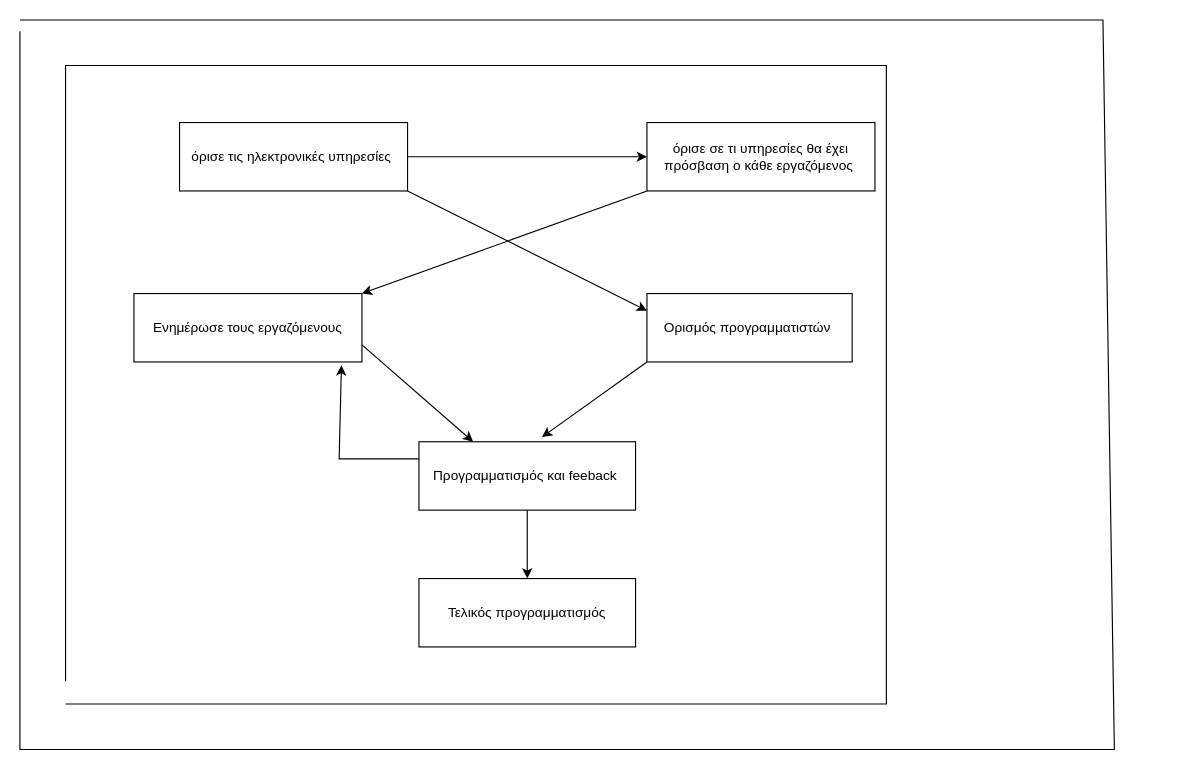
Above: noitiko.drawio in vag4me/Information_system (draw.io), before the change. Source tidied: cells renumbered, new cells numbered last; positions are measured from the earlier drawing's top-left corner, leaving out a move shared by most shapes. Both pictures are drawn from the tidied source at 114%, with x=0, y=0 at pixel (19, 19).
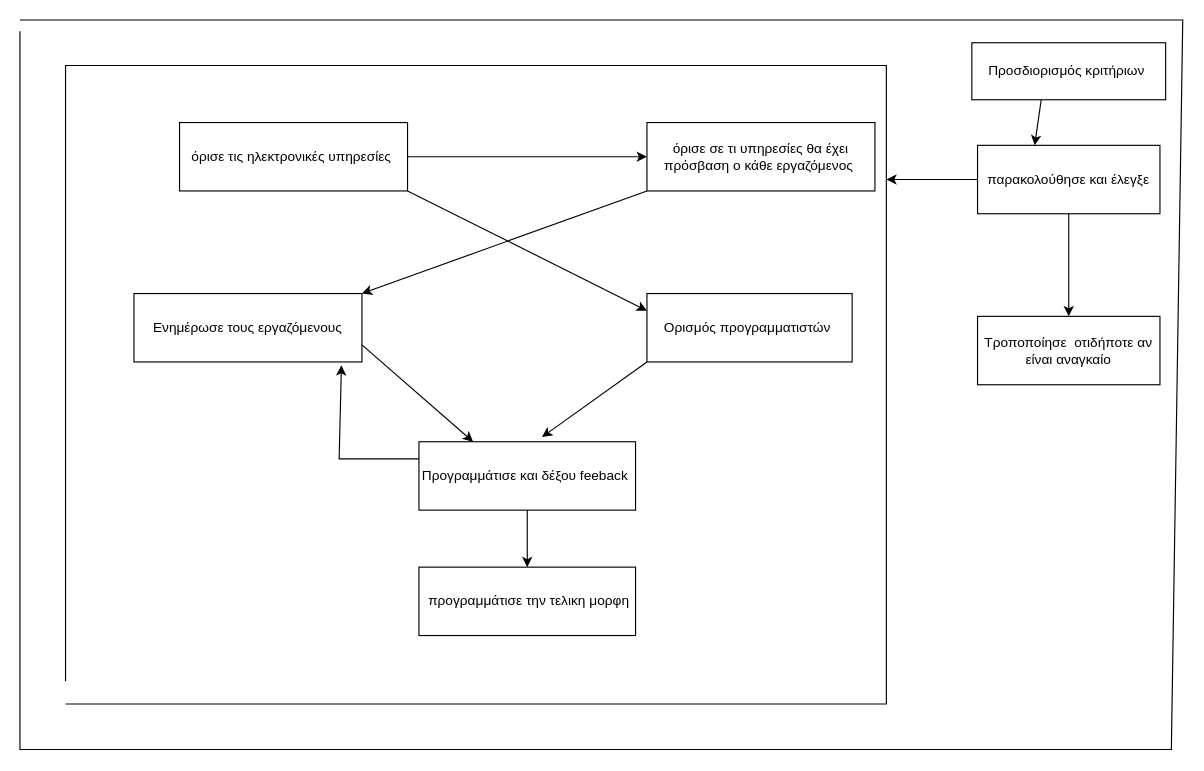
The same diagram, later.

Diff of the diagram source:
```diff
@@
-    <mxCell id="7" value="Προγραμματισμός και feeback&amp;nbsp;" style="whiteSpace=wrap;html=1;align=center;newEdgeStyle={&quot;edgeStyle&quot;:&quot;elbowEdgeStyle&quot;,&quot;startArrow&quot;:&quot;none&quot;,&quot;endArrow&quot;:&quot;none&quot;};" parent="1" vertex="1">
+    <mxCell id="7" value="Προγραμμάτισε και δέξου feeback&amp;nbsp;" style="whiteSpace=wrap;html=1;align=center;newEdgeStyle={&quot;edgeStyle&quot;:&quot;elbowEdgeStyle&quot;,&quot;startArrow&quot;:&quot;none&quot;,&quot;endArrow&quot;:&quot;none&quot;};" parent="1" vertex="1">
       <mxGeometry x="350" y="370" width="190" height="60" as="geometry" />
     </mxCell>
-    <mxCell id="8" value="Τελικός προγραμματισμός" style="whiteSpace=wrap;html=1;align=center;newEdgeStyle={&quot;edgeStyle&quot;:&quot;elbowEdgeStyle&quot;,&quot;startArrow&quot;:&quot;none&quot;,&quot;endArrow&quot;:&quot;none&quot;};" parent="1" vertex="1">
-      <mxGeometry x="350" y="490" width="190" height="60" as="geometry" />
+    <mxCell id="8" value="&amp;nbsp;προγραμμάτισε την τελικη μορφη" style="whiteSpace=wrap;html=1;align=center;newEdgeStyle={&quot;edgeStyle&quot;:&quot;elbowEdgeStyle&quot;,&quot;startArrow&quot;:&quot;none&quot;,&quot;endArrow&quot;:&quot;none&quot;};" parent="1" vertex="1">
+      <mxGeometry x="350" y="480" width="190" height="60" as="geometry" />
     </mxCell>
@@
     <mxCell id="16" style="endArrow=none;html=1;rounded=0;" parent="1" edge="1">
       <mxGeometry relative="1" as="geometry">
         <mxPoint y="10" as="sourcePoint" />
         <mxPoint as="targetPoint" />
         <Array as="points">
           <mxPoint y="640" />
-          <mxPoint x="960" y="640" />
-          <mxPoint x="950" />
+          <mxPoint x="1010" y="640" />
+          <mxPoint x="1020" />
         </Array>
       </mxGeometry>
     </mxCell>
+    <mxCell id="17" value="παρακολούθησε και έλεγξε" style="whiteSpace=wrap;html=1;align=center;newEdgeStyle={&quot;edgeStyle&quot;:&quot;elbowEdgeStyle&quot;,&quot;startArrow&quot;:&quot;none&quot;,&quot;endArrow&quot;:&quot;none&quot;};" parent="1" vertex="1">
+      <mxGeometry x="840" y="110" width="160" height="60" as="geometry" />
+    </mxCell>
+    <mxCell id="18" style="endArrow=classic;html=1;rounded=0;exitX=0;exitY=0.5;exitDx=0;exitDy=0;" parent="1" edge="1" source="17">
+      <mxGeometry relative="1" as="geometry">
+        <mxPoint x="760" y="140" as="targetPoint" />
+      </mxGeometry>
+    </mxCell>
+    <mxCell id="19" value="Τροποποίησε&amp;nbsp; οτιδήποτε αν είναι αναγκαίο" style="whiteSpace=wrap;html=1;align=center;newEdgeStyle={&quot;edgeStyle&quot;:&quot;elbowEdgeStyle&quot;,&quot;startArrow&quot;:&quot;none&quot;,&quot;endArrow&quot;:&quot;none&quot;};" parent="1" vertex="1">
+      <mxGeometry x="840" y="260" width="160" height="60" as="geometry" />
+    </mxCell>
+    <mxCell id="20" style="endArrow=classic;html=1;rounded=0;entryX=0.5;entryY=0;entryDx=0;entryDy=0;exitX=0.5;exitY=1;exitDx=0;exitDy=0;" parent="1" edge="1" source="17" target="19">
+      <mxGeometry relative="1" as="geometry" />
+    </mxCell>
+    <mxCell id="21" value="Προσδιορισμός κριτήριων&amp;nbsp;" style="whiteSpace=wrap;html=1;align=center;newEdgeStyle={&quot;edgeStyle&quot;:&quot;elbowEdgeStyle&quot;,&quot;startArrow&quot;:&quot;none&quot;,&quot;endArrow&quot;:&quot;none&quot;};" parent="1" vertex="1">
+      <mxGeometry x="835" y="20" width="170" height="50" as="geometry" />
+    </mxCell>
+    <mxCell id="22" style="endArrow=classic;html=1;rounded=0;entryX=0.313;entryY=0;entryDx=0;entryDy=0;entryPerimeter=0;exitX=0.358;exitY=1;exitDx=0;exitDy=0;exitPerimeter=0;" parent="1" edge="1" source="21" target="17">
+      <mxGeometry relative="1" as="geometry" />
+    </mxCell>
```
